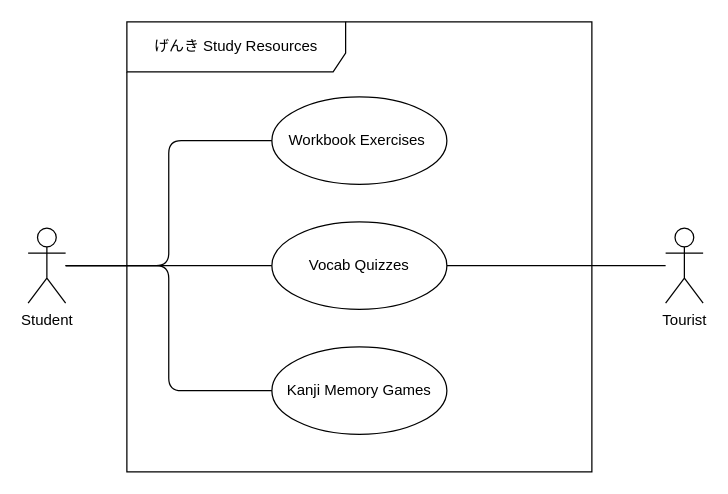
Before: ProjectProposal.drawio in BlakePatterson/3296-Project-Proposal, a draw.io diagram. Source tidied: cells renumbered, new cells numbered last; positions are measured from the earlier drawing's top-left corner, leaving out a move shared by most shapes. Both pictures are drawn from the tidied source at 125%, with x=0, y=0 at pixel (28, 21).
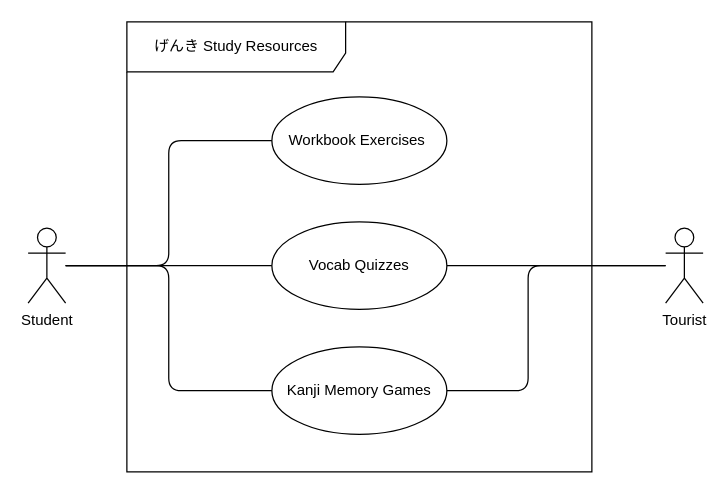
After the change.

Diff of the diagram source:
```diff
@@
 <mxGraphModel>
   <root>
     <mxCell id="0" />
     <mxCell id="1" parent="0" />
-    <mxCell id="2" value="げんき Study Resources" style="shape=umlFrame;whiteSpace=wrap;html=1;width=175;height=40;" parent="1" vertex="1">
+    <mxCell id="2" value="げんき Study Resources" style="shape=umlFrame;whiteSpace=wrap;html=1;width=175;height=40;swimlaneFillColor=#ffffff;" parent="1" vertex="1">
       <mxGeometry x="79" width="372" height="360" as="geometry" />
     </mxCell>
     <mxCell id="3" value="Workbook Exercises&amp;nbsp;" style="ellipse;whiteSpace=wrap;html=1;" parent="1" vertex="1">
       <mxGeometry x="195" y="60" width="140" height="70" as="geometry" />
     </mxCell>
     <mxCell id="4" value="Vocab Quizzes" style="ellipse;whiteSpace=wrap;html=1;" parent="1" vertex="1">
       <mxGeometry x="195" y="160" width="140" height="70" as="geometry" />
     </mxCell>
     <mxCell id="5" value="Student" style="shape=umlActor;verticalLabelPosition=bottom;verticalAlign=top;html=1;" parent="1" vertex="1">
       <mxGeometry y="165" width="30" height="60" as="geometry" />
     </mxCell>
     <mxCell id="6" value="Tourist" style="shape=umlActor;verticalLabelPosition=bottom;verticalAlign=top;html=1;" parent="1" vertex="1">
       <mxGeometry x="510" y="165" width="30" height="60" as="geometry" />
     </mxCell>
     <mxCell id="7" value="Kanji Memory Games" style="ellipse;whiteSpace=wrap;html=1;" parent="1" vertex="1">
       <mxGeometry x="195" y="260" width="140" height="70" as="geometry" />
     </mxCell>
     <mxCell id="8" style="endArrow=none;html=1;edgeStyle=orthogonalEdgeStyle;entryX=0;entryY=0.5;entryDx=0;entryDy=0;" parent="1" edge="1" source="5" target="3">
       <mxGeometry relative="1" as="geometry" />
     </mxCell>
     <mxCell id="9" style="endArrow=none;html=1;edgeStyle=orthogonalEdgeStyle;entryX=0;entryY=0.5;entryDx=0;entryDy=0;" parent="1" edge="1" source="5" target="4">
       <mxGeometry relative="1" as="geometry" />
     </mxCell>
     <mxCell id="10" style="endArrow=none;html=1;edgeStyle=orthogonalEdgeStyle;entryX=0;entryY=0.5;entryDx=0;entryDy=0;" parent="1" edge="1" source="5" target="7">
       <mxGeometry relative="1" as="geometry" />
     </mxCell>
     <mxCell id="11" style="endArrow=none;html=1;edgeStyle=orthogonalEdgeStyle;" parent="1" edge="1" source="4" target="6">
       <mxGeometry relative="1" as="geometry" />
     </mxCell>
+    <mxCell id="12" style="endArrow=none;html=1;edgeStyle=orthogonalEdgeStyle;exitX=1;exitY=0.5;exitDx=0;exitDy=0;" parent="1" edge="1" source="7" target="6">
+      <mxGeometry relative="1" as="geometry">
+        <Array as="points">
+          <mxPoint x="400" y="295" />
+          <mxPoint x="400" y="195" />
+        </Array>
+      </mxGeometry>
+    </mxCell>
   </root>
 </mxGraphModel>
```
